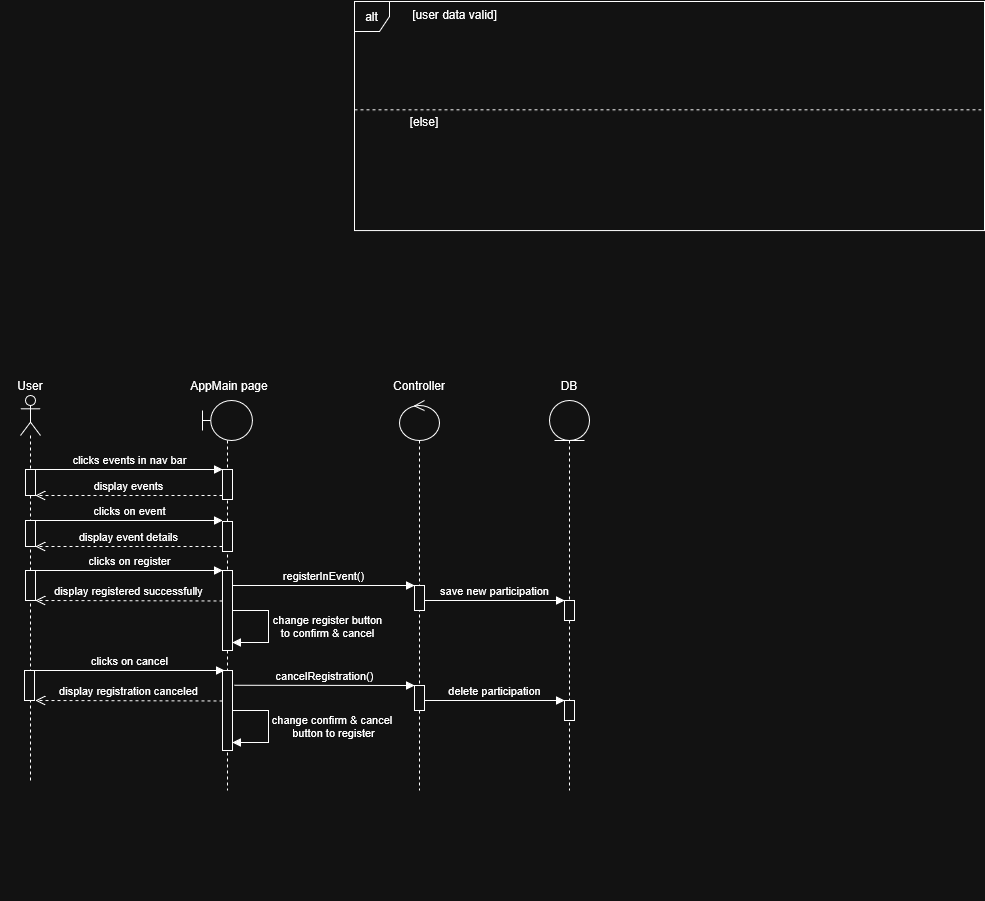
This is uml diagram/eventRegistration_sequence.png from rayenbenyoussef/Jci_Manager, a draw.io export, as it was before one commit. Source tidied: cells renumbered, new cells last; positions are measured from the earlier drawing's top-left corner, leaving out a move shared by most shapes.
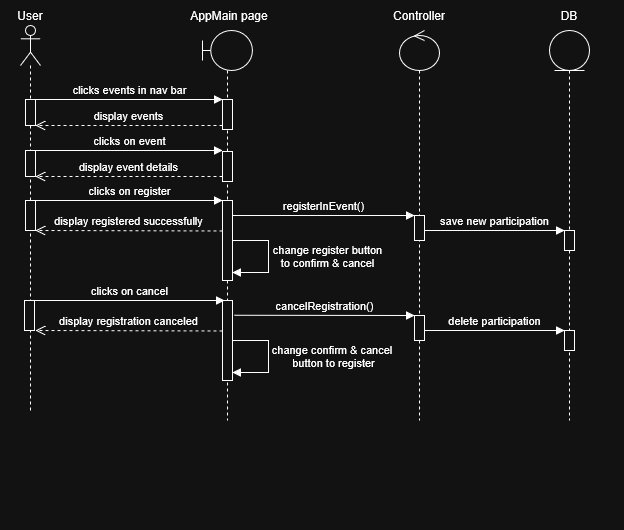
The same file after the commit.

What changed in the source:
```diff
@@ -57,27 +57,6 @@
     <mxCell id="15" style="html=1;perimeter=orthogonalPerimeter;targetShapes=umlLifeline;newEdgeStyle={&quot;curved&quot;:0,&quot;rounded&quot;:0};" parent="1" vertex="1">
       <mxGeometry x="222" y="469" width="10" height="30" as="geometry" />
     </mxCell>
-    <mxCell id="16" style="group;fillColor=none;" parent="1" vertex="1">
-      <mxGeometry x="354" width="630" height="230" as="geometry" />
-    </mxCell>
-    <mxCell id="17" value="alt" style="shape=umlFrame;whiteSpace=wrap;html=1;width=35;height=30;fillColor=light-dark(#FFFFFF,transparent);" parent="16" vertex="1">
-      <mxGeometry y="0.9" width="630" height="229.1" as="geometry" />
-    </mxCell>
-    <mxCell id="18" value="[user data valid]" style="text;html=1;whiteSpace=wrap;strokeColor=none;fillColor=none;align=center;verticalAlign=middle;rounded=0;" parent="16" vertex="1">
-      <mxGeometry x="56.6" width="86.8" height="27.2" as="geometry" />
-    </mxCell>
-    <mxCell id="19" style="group;" parent="16" vertex="1">
-      <mxGeometry y="107.3" width="626.8" height="27.2" as="geometry" />
-    </mxCell>
-    <mxCell id="20" style="endArrow=none;dashed=1;html=1;rounded=0;exitX=0;exitY=0.615;exitDx=0;exitDy=0;exitPerimeter=0;entryX=1.001;entryY=0.615;entryDx=0;entryDy=0;entryPerimeter=0;" parent="19" edge="1">
-      <mxGeometry relative="1" as="geometry">
-        <mxPoint y="2" as="sourcePoint" />
-        <mxPoint x="626.8" y="2" as="targetPoint" />
-      </mxGeometry>
-    </mxCell>
-    <mxCell id="21" value="[else]" style="text;html=1;whiteSpace=wrap;strokeColor=none;fillColor=none;align=center;verticalAlign=middle;rounded=0;" parent="19" vertex="1">
-      <mxGeometry x="26.3" width="88" height="27.2" as="geometry" />
-    </mxCell>
     <mxCell id="22" value="clicks events in nav bar" style="html=1;verticalAlign=bottom;endArrow=block;curved=0;rounded=0;strokeColor=light-dark(#000000,#FFFFFF);" parent="1" edge="1">
       <mxGeometry relative="1" as="geometry">
         <mxPoint x="35" y="469" as="sourcePoint" />
```
